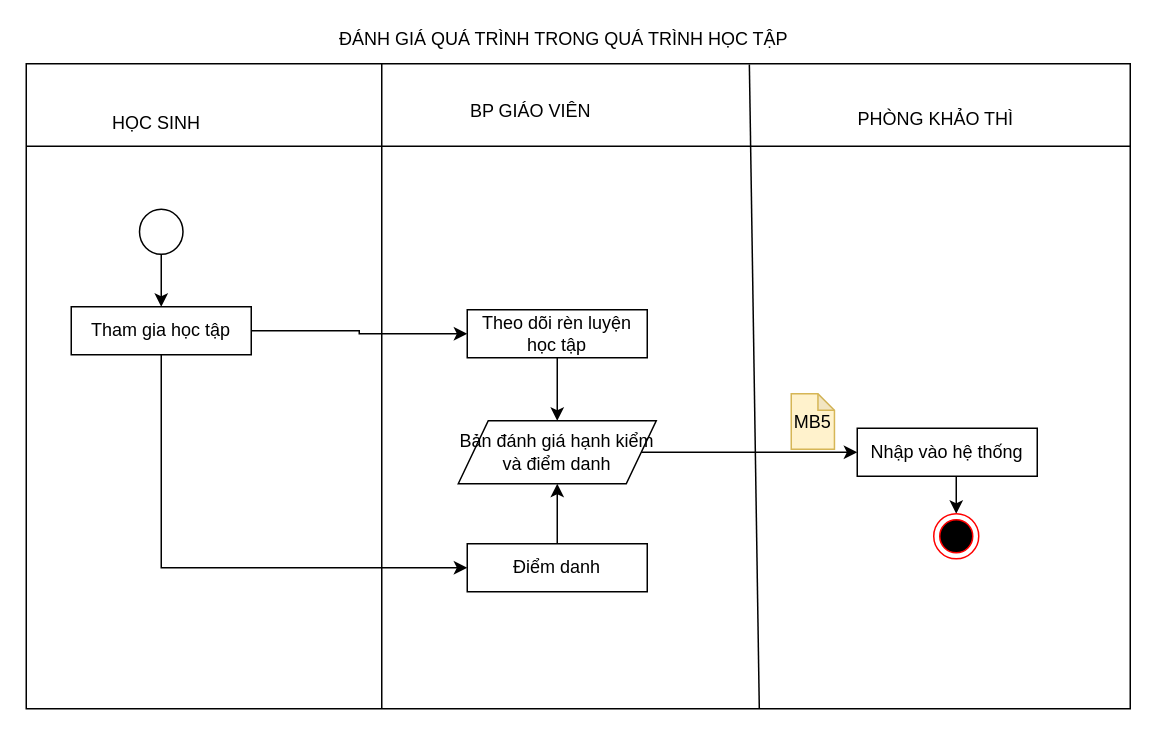
Before: 1.2.2.b.drawio in TLGKien/graph, a draw.io diagram. Source tidied: cells renumbered, new cells numbered last; positions are measured from the earlier drawing's top-left corner, leaving out a move shared by most shapes. Both pictures are drawn from the tidied source at 150%, with x=0, y=0 at pixel (26, 26).
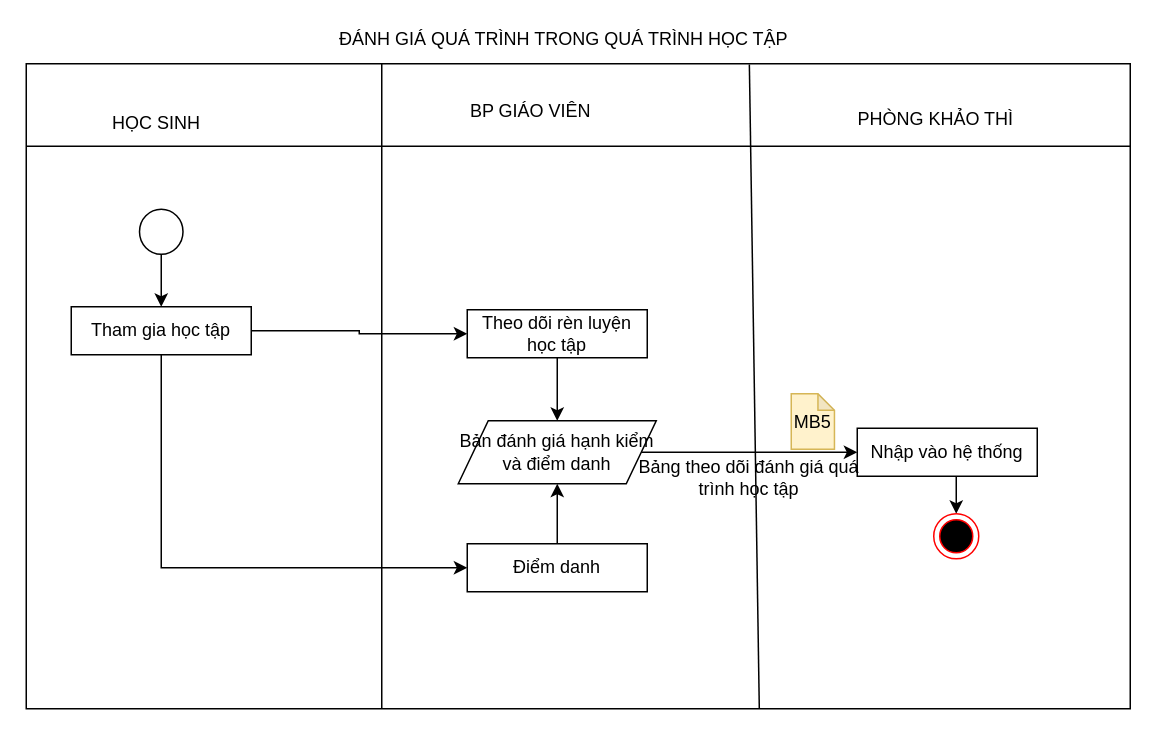
Above is the later version.

Diff of the diagram source:
```diff
@@
+    <mxCell id="23" value="Bảng theo dõi đánh giá quá trình học tập" style="text;html=1;strokeColor=none;fillColor=none;align=center;verticalAlign=middle;whiteSpace=wrap;rounded=0;" parent="1" vertex="1">
+      <mxGeometry x="403" y="291" width="158" height="20" as="geometry" />
+    </mxCell>
```
